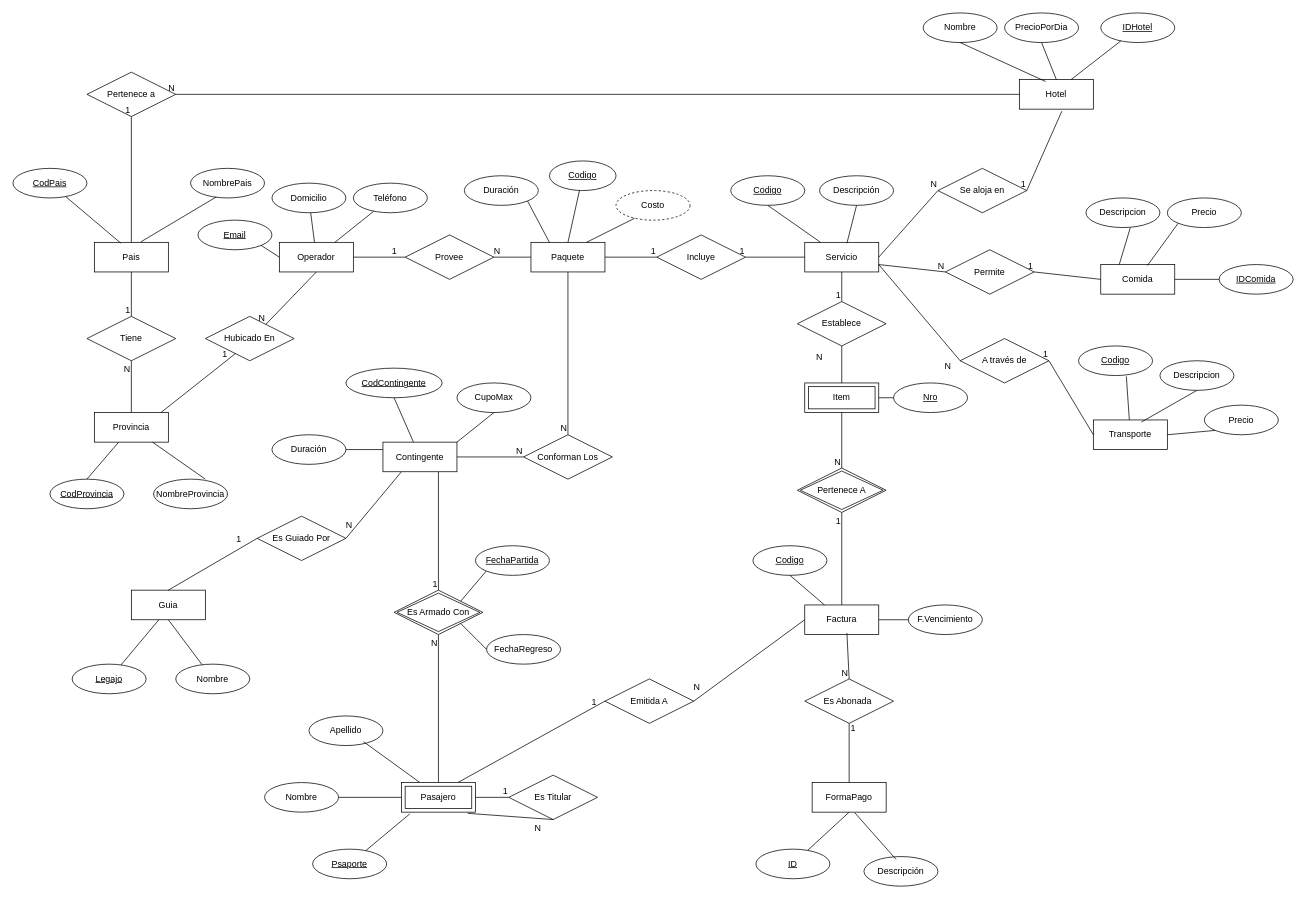
Above: db_paquetes_turisticos_EJ_22/modelado/Ej22_paquetes_turisticos.drawio in FedeManzano/sql_ (draw.io), before the change. Source tidied: cells renumbered, new cells numbered last; positions are measured from the earlier drawing's top-left corner, leaving out a move shared by most shapes. Both pictures are drawn from the tidied source at 74%, with x=0, y=0 at pixel (13, 13).
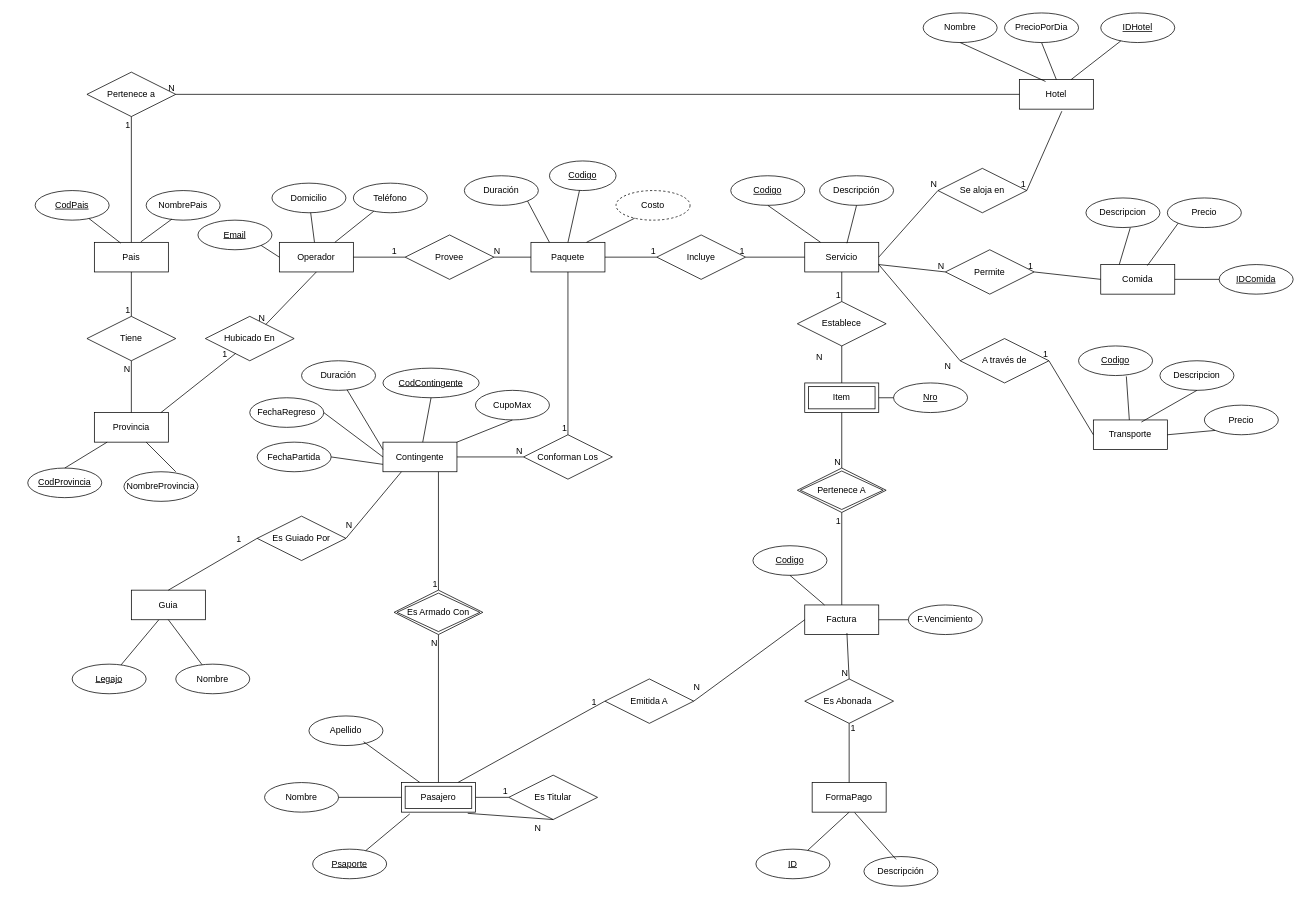
After the change.

The change refers to these unchanged cells:
```xml
<mxCell id="37" value="Contingente" style="whiteSpace=wrap;html=1;align=center;" parent="1" vertex="1">
  <mxGeometry x="500" y="580" width="100" height="40" as="geometry" />
</mxCell>
<mxCell id="49" style="endArrow=none;html=1;rounded=0;entryX=0.5;entryY=0;entryDx=0;entryDy=0;exitX=0.5;exitY=1;exitDx=0;exitDy=0;" parent="1" edge="1" source="29" target="48">
  <mxGeometry relative="1" as="geometry" />
</mxCell>
<mxCell id="140" style="endArrow=none;html=1;rounded=0;entryX=0.5;entryY=1;entryDx=0;entryDy=0;exitX=0.5;exitY=0;exitDx=0;exitDy=0;" parent="1" edge="1" source="2" target="139">
  <mxGeometry relative="1" as="geometry" />
</mxCell>
<mxCell id="164" value="Es Armado Con" style="shape=rhombus;double=1;perimeter=rhombusPerimeter;whiteSpace=wrap;html=1;align=center;" parent="1" vertex="1">
  <mxGeometry x="515" y="780" width="120" height="60" as="geometry" />
</mxCell>
```

What changed in the source:
```diff
@@
     <mxCell id="3" value="CodPais" style="ellipse;whiteSpace=wrap;html=1;align=center;fontStyle=4;" parent="1" vertex="1">
-      <mxGeometry y="210" width="100" height="40" as="geometry" />
+      <mxGeometry x="30" y="240" width="100" height="40" as="geometry" />
     </mxCell>
     <mxCell id="4" value="NombrePais" style="ellipse;whiteSpace=wrap;html=1;align=center;" parent="1" vertex="1">
-      <mxGeometry x="240" y="210" width="100" height="40" as="geometry" />
+      <mxGeometry x="180" y="240" width="100" height="40" as="geometry" />
     </mxCell>
@@
     <mxCell id="13" value="CodProvincia" style="ellipse;whiteSpace=wrap;html=1;align=center;fontStyle=4;" parent="1" vertex="1">
-      <mxGeometry x="50" y="630" width="100" height="40" as="geometry" />
+      <mxGeometry x="20" y="615" width="100" height="40" as="geometry" />
     </mxCell>
     <mxCell id="14" value="NombreProvincia" style="ellipse;whiteSpace=wrap;html=1;align=center;" parent="1" vertex="1">
-      <mxGeometry x="190" y="630" width="100" height="40" as="geometry" />
+      <mxGeometry x="150" y="620" width="100" height="40" as="geometry" />
     </mxCell>
@@
     <mxCell id="42" value="Cupo&lt;span style=&quot;background-color: transparent; color: light-dark(rgb(0, 0, 0), rgb(255, 255, 255));&quot;&gt;Max&lt;/span&gt;" style="ellipse;whiteSpace=wrap;html=1;align=center;" parent="1" vertex="1">
-      <mxGeometry x="600" y="500" width="100" height="40" as="geometry" />
+      <mxGeometry x="625" y="510" width="100" height="40" as="geometry" />
     </mxCell>
     <mxCell id="43" value="CodContingente" style="ellipse;whiteSpace=wrap;html=1;align=center;fontStyle=4;" parent="1" vertex="1">
-      <mxGeometry x="450" y="480" width="130" height="40" as="geometry" />
+      <mxGeometry x="500" y="480" width="130" height="40" as="geometry" />
     </mxCell>
@@
     <mxCell id="46" value="Duración" style="ellipse;whiteSpace=wrap;html=1;align=center;" parent="1" vertex="1">
-      <mxGeometry x="350" y="570" width="100" height="40" as="geometry" />
+      <mxGeometry x="390" y="470" width="100" height="40" as="geometry" />
     </mxCell>
-    <mxCell id="47" style="endArrow=none;html=1;rounded=0;exitX=1;exitY=0.5;exitDx=0;exitDy=0;entryX=0;entryY=0.25;entryDx=0;entryDy=0;" parent="1" edge="1" source="46" target="37">
+    <mxCell id="47" style="endArrow=none;html=1;rounded=0;entryX=0;entryY=0.25;entryDx=0;entryDy=0;" parent="1" edge="1" source="46" target="37">
       <mxGeometry relative="1" as="geometry" />
     </mxCell>
@@
-    <mxCell id="50" value="N" style="html=1;whiteSpace=wrap;align=right;verticalAlign=bottom;" parent="49" vertex="1">
+    <mxCell id="50" value="1" style="html=1;whiteSpace=wrap;align=right;verticalAlign=bottom;" parent="49" vertex="1">
       <mxGeometry x="1" relative="1" as="geometry" />
     </mxCell>
@@
     <mxCell id="141" value="1" style="html=1;whiteSpace=wrap;align=right;verticalAlign=bottom;" parent="140" vertex="1">
-      <mxGeometry x="1" relative="1" as="geometry" />
+      <mxGeometry x="1" relative="1" as="geometry">
+        <mxPoint y="20" as="offset" />
+      </mxGeometry>
     </mxCell>
@@
-    <mxCell id="165" value="FechaPartida" style="ellipse;whiteSpace=wrap;html=1;align=center;fontStyle=4;" parent="1" vertex="1">
-      <mxGeometry x="625" y="720" width="100" height="40" as="geometry" />
-    </mxCell>
-    <mxCell id="166" style="endArrow=none;html=1;rounded=0;exitX=0;exitY=1;exitDx=0;exitDy=0;entryX=1;entryY=0;entryDx=0;entryDy=0;" parent="1" edge="1" source="165" target="164">
-      <mxGeometry relative="1" as="geometry" />
-    </mxCell>
     <mxCell id="167" value="FechaRegreso" style="ellipse;whiteSpace=wrap;html=1;align=center;" parent="1" vertex="1">
-      <mxGeometry x="640" y="840" width="100" height="40" as="geometry" />
+      <mxGeometry x="320" y="520" width="100" height="40" as="geometry" />
     </mxCell>
-    <mxCell id="168" style="endArrow=none;html=1;rounded=0;exitX=1;exitY=1;exitDx=0;exitDy=0;entryX=0;entryY=0.5;entryDx=0;entryDy=0;" parent="1" edge="1" source="164" target="167">
-      <mxGeometry relative="1" as="geometry" />
-    </mxCell>
@@
+    <mxCell id="165" value="FechaPartida" style="ellipse;whiteSpace=wrap;html=1;align=center;" parent="1" vertex="1">
+      <mxGeometry x="330" y="580" width="100" height="40" as="geometry" />
+    </mxCell>
+    <mxCell id="171" style="endArrow=none;html=1;rounded=0;entryX=0;entryY=0.75;entryDx=0;entryDy=0;exitX=1;exitY=0.5;exitDx=0;exitDy=0;" parent="1" edge="1" source="165" target="37">
+      <mxGeometry relative="1" as="geometry" />
+    </mxCell>
+    <mxCell id="172" style="endArrow=none;html=1;rounded=0;entryX=0;entryY=0.5;entryDx=0;entryDy=0;exitX=1;exitY=0.5;exitDx=0;exitDy=0;" parent="1" edge="1" source="167" target="37">
+      <mxGeometry relative="1" as="geometry" />
+    </mxCell>
```
